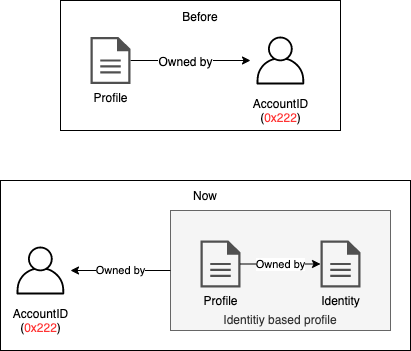
evannetwork/api-blockchain-core keeps this draw.io diagram as docs/_static/Identity_based_profile.png. Above is the earlier version. Source tidied: cells renumbered, new cells last; positions are measured from the earlier drawing's top-left corner, leaving out a move shared by most shapes.
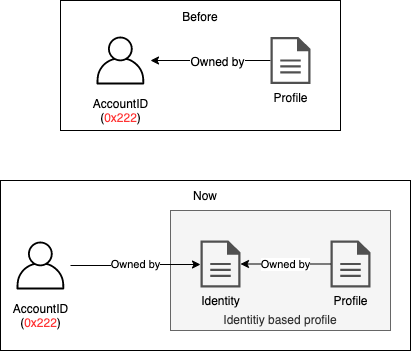
After the change.

Diff of the diagram source:
```diff
@@ -9,7 +9,7 @@
       <mxGeometry width="280" height="130" as="geometry" />
     </mxCell>
     <mxCell id="4" value="AccountID&lt;br&gt;&lt;font color=&quot;#000000&quot;&gt;(&lt;/font&gt;&lt;font color=&quot;#ff3333&quot;&gt;0x222&lt;/font&gt;&lt;font color=&quot;#000000&quot;&gt;)&lt;/font&gt;" style="outlineConnect=0;dashed=0;verticalLabelPosition=bottom;verticalAlign=top;align=center;html=1;fontSize=12;fontStyle=0;shape=mxgraph.aws4.resourceIcon;resIcon=mxgraph.aws4.user;" parent="2" vertex="1">
-      <mxGeometry x="190" y="30" width="60" height="60" as="geometry" />
+      <mxGeometry x="30" y="30" width="60" height="60" as="geometry" />
     </mxCell>
     <mxCell id="5" style="edgeStyle=orthogonalEdgeStyle;rounded=0;jettySize=auto;html=1;" parent="2" edge="1" source="7" target="4">
       <mxGeometry relative="1" as="geometry" />
@@ -18,30 +18,27 @@
       <mxGeometry x="-0.1" relative="1" as="geometry" />
     </mxCell>
     <mxCell id="7" value="Profile" style="shadow=0;dashed=0;html=1;strokeColor=none;fillColor=#505050;labelPosition=center;verticalLabelPosition=bottom;verticalAlign=top;outlineConnect=0;align=center;shape=mxgraph.office.concepts.document;" parent="2" vertex="1">
-      <mxGeometry x="30" y="36.5" width="40" height="47" as="geometry" />
+      <mxGeometry x="210" y="36.5" width="40" height="47" as="geometry" />
     </mxCell>
-    <mxCell id="8" style="group;" parent="1" vertex="1">
-      <mxGeometry y="170" width="410" height="180" as="geometry" />
-    </mxCell>
-    <mxCell id="9" value="Now&lt;br&gt;&lt;br&gt;&lt;br&gt;&lt;br&gt;&lt;br&gt;&lt;br&gt;&lt;br&gt;&lt;br&gt;&lt;br&gt;&lt;br&gt;&lt;br&gt;" style="rounded=0;whiteSpace=wrap;html=1;" parent="8" vertex="1">
-      <mxGeometry y="10" width="410" height="170" as="geometry" />
+    <mxCell id="9" value="Now&lt;br&gt;&lt;br&gt;&lt;br&gt;&lt;br&gt;&lt;br&gt;&lt;br&gt;&lt;br&gt;&lt;br&gt;&lt;br&gt;&lt;br&gt;&lt;br&gt;" style="rounded=0;whiteSpace=wrap;html=1;" parent="1" vertex="1">
+      <mxGeometry y="180" width="410" height="170" as="geometry" />
     </mxCell>
-    <mxCell id="10" value="&lt;br&gt;&lt;br&gt;&lt;br&gt;&lt;br&gt;&lt;br&gt;&lt;br&gt;&lt;br&gt;Identitiy based profile" style="rounded=0;whiteSpace=wrap;html=1;fillColor=#f5f5f5;strokeColor=#666666;fontColor=#333333;" parent="8" vertex="1">
-      <mxGeometry x="170" y="40" width="220" height="120" as="geometry" />
+    <mxCell id="10" value="&lt;br&gt;&lt;br&gt;&lt;br&gt;&lt;br&gt;&lt;br&gt;&lt;br&gt;&lt;br&gt;Identitiy based profile" style="rounded=0;whiteSpace=wrap;html=1;fillColor=#f5f5f5;strokeColor=#666666;fontColor=#333333;" parent="1" vertex="1">
+      <mxGeometry x="170" y="210" width="220" height="120" as="geometry" />
     </mxCell>
-    <mxCell id="11" value="Profile" style="shadow=0;dashed=0;html=1;strokeColor=none;fillColor=#505050;labelPosition=center;verticalLabelPosition=bottom;verticalAlign=top;outlineConnect=0;align=center;shape=mxgraph.office.concepts.document;" parent="8" vertex="1">
-      <mxGeometry x="200" y="70" width="40" height="47" as="geometry" />
+    <mxCell id="11" value="Profile" style="shadow=0;dashed=0;html=1;strokeColor=none;fillColor=#505050;labelPosition=center;verticalLabelPosition=bottom;verticalAlign=top;outlineConnect=0;align=center;shape=mxgraph.office.concepts.document;" parent="1" vertex="1">
+      <mxGeometry x="330" y="240" width="40" height="47" as="geometry" />
     </mxCell>
-    <mxCell id="12" value="Identity" style="shadow=0;dashed=0;html=1;strokeColor=none;fillColor=#505050;labelPosition=center;verticalLabelPosition=bottom;verticalAlign=top;outlineConnect=0;align=center;shape=mxgraph.office.concepts.document;" parent="8" vertex="1">
-      <mxGeometry x="320" y="70" width="40" height="47" as="geometry" />
+    <mxCell id="12" value="Identity" style="shadow=0;dashed=0;html=1;strokeColor=none;fillColor=#505050;labelPosition=center;verticalLabelPosition=bottom;verticalAlign=top;outlineConnect=0;align=center;shape=mxgraph.office.concepts.document;" parent="1" vertex="1">
+      <mxGeometry x="200" y="240" width="40" height="47" as="geometry" />
     </mxCell>
-    <mxCell id="13" value="Owned by" style="edgeStyle=orthogonalEdgeStyle;rounded=0;jettySize=auto;html=1;" parent="8" edge="1" source="11" target="12">
+    <mxCell id="13" value="Owned by" style="edgeStyle=orthogonalEdgeStyle;rounded=0;jettySize=auto;html=1;" parent="1" edge="1" source="11" target="12">
       <mxGeometry relative="1" as="geometry" />
     </mxCell>
-    <mxCell id="14" value="AccountID&lt;br&gt;&lt;font color=&quot;#000000&quot;&gt;(&lt;/font&gt;&lt;font color=&quot;#ff3333&quot;&gt;0x222&lt;/font&gt;&lt;font color=&quot;#000000&quot;&gt;)&lt;/font&gt;" style="outlineConnect=0;dashed=0;verticalLabelPosition=bottom;verticalAlign=top;align=center;html=1;fontSize=12;fontStyle=0;shape=mxgraph.aws4.resourceIcon;resIcon=mxgraph.aws4.user;" parent="8" vertex="1">
-      <mxGeometry x="10" y="70" width="60" height="60" as="geometry" />
+    <mxCell id="14" value="AccountID&lt;br&gt;&lt;font color=&quot;#000000&quot;&gt;(&lt;/font&gt;&lt;font color=&quot;#ff3333&quot;&gt;0x222&lt;/font&gt;&lt;font color=&quot;#000000&quot;&gt;)&lt;/font&gt;" style="outlineConnect=0;dashed=0;verticalLabelPosition=bottom;verticalAlign=top;align=center;html=1;fontSize=12;fontStyle=0;shape=mxgraph.aws4.resourceIcon;resIcon=mxgraph.aws4.user;" parent="1" vertex="1">
+      <mxGeometry x="10" y="235" width="60" height="60" as="geometry" />
     </mxCell>
-    <mxCell id="15" value="Owned by" style="edgeStyle=orthogonalEdgeStyle;rounded=0;jettySize=auto;html=1;exitX=0;exitY=0.5;exitDx=0;exitDy=0;" parent="8" edge="1" source="10" target="14">
+    <mxCell id="15" value="Owned by" style="edgeStyle=orthogonalEdgeStyle;rounded=0;jettySize=auto;html=1;" parent="1" edge="1" source="14" target="12">
       <mxGeometry relative="1" as="geometry" />
     </mxCell>
   </root>
```
